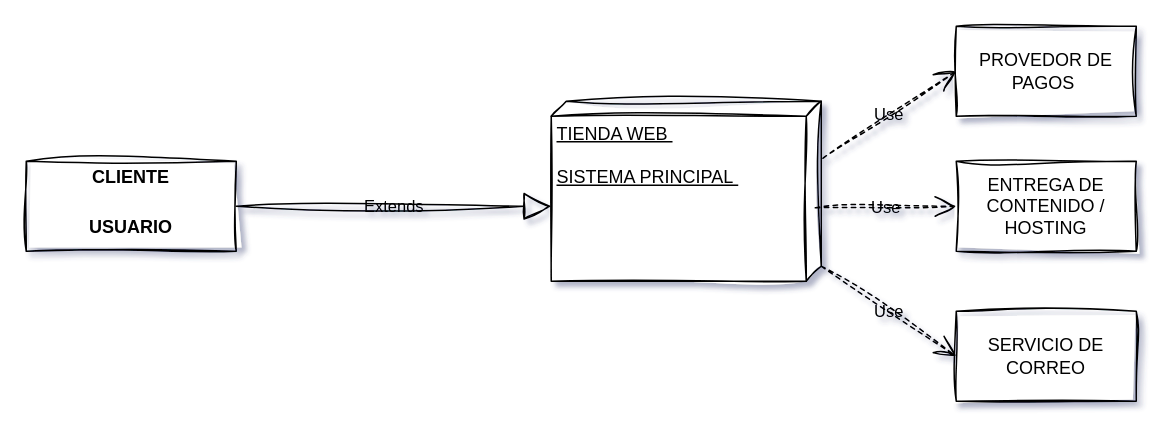
This is page "Página-2" (2 of 2) of database_backup/Diagrama sin título.drawio from Nigromantis25/DESARROLLO-DE-PROYECTO-PARA-LA-TIENDA-1807.ESTUDIO, a draw.io file, before an edit. Source tidied: cells renumbered, new cells numbered last; positions are measured from the earlier drawing's top-left corner, leaving out a move shared by most shapes. Both pictures are drawn from the tidied source at 150%, with x=0, y=0 at pixel (26, 26).
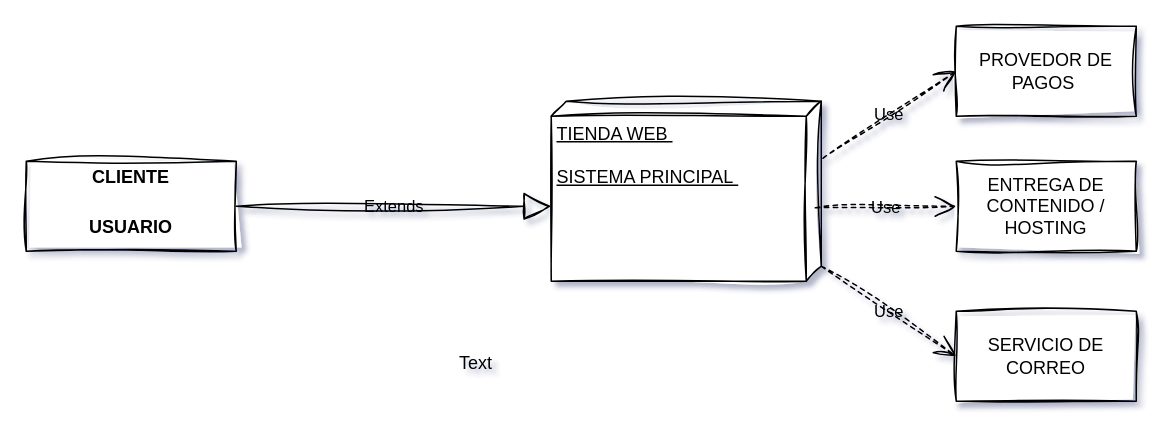
The same diagram, later.

The edit, as a diff of the source:
```diff
@@
 <mxGraphModel background="light-dark(#FFFFFF,#08031A)" shadow="1">
   <root>
     <mxCell id="0" />
     <mxCell id="1" parent="0" />
     <mxCell id="2" value="&lt;p style=&quot;margin:0px;margin-top:4px;text-align:center;&quot;&gt;&lt;b&gt;CLIENTE&lt;br&gt;&lt;br&gt;&lt;/b&gt;&lt;/p&gt;&lt;p style=&quot;margin:0px;margin-top:4px;text-align:center;&quot;&gt;&lt;b&gt;USUARIO&lt;/b&gt;&lt;/p&gt;" style="verticalAlign=top;align=left;overflow=fill;html=1;whiteSpace=wrap;labelBackgroundColor=none;sketch=1;curveFitting=1;jiggle=2;" parent="1" vertex="1">
       <mxGeometry y="90" width="140" height="60" as="geometry" />
     </mxCell>
     <mxCell id="3" value="TIENDA WEB&amp;nbsp;&lt;br&gt;&lt;br&gt;SISTEMA PRINCIPAL&amp;nbsp;" style="verticalAlign=top;align=left;spacingTop=8;spacingLeft=2;spacingRight=12;shape=cube;size=10;direction=south;fontStyle=4;html=1;whiteSpace=wrap;labelBackgroundColor=none;sketch=1;curveFitting=1;jiggle=2;" parent="1" vertex="1">
       <mxGeometry x="350" y="50" width="180" height="120" as="geometry" />
     </mxCell>
     <mxCell id="4" value="Extends" style="endArrow=block;endSize=16;endFill=0;html=1;rounded=0;exitX=1;exitY=0.5;exitDx=0;exitDy=0;labelBackgroundColor=none;fontColor=default;sketch=1;curveFitting=1;jiggle=2;" parent="1" edge="1" source="2">
       <mxGeometry relative="1" as="geometry">
         <mxPoint x="350" y="120" as="targetPoint" />
       </mxGeometry>
     </mxCell>
     <mxCell id="5" value="PROVEDOR DE PAGOS&amp;nbsp;" style="rounded=0;whiteSpace=wrap;html=1;labelBackgroundColor=none;sketch=1;curveFitting=1;jiggle=2;" parent="1" vertex="1">
       <mxGeometry x="620" width="120" height="60" as="geometry" />
     </mxCell>
     <mxCell id="6" value="ENTREGA DE CONTENIDO / HOSTING" style="rounded=0;whiteSpace=wrap;html=1;labelBackgroundColor=none;sketch=1;curveFitting=1;jiggle=2;" parent="1" vertex="1">
       <mxGeometry x="620" y="90" width="120" height="60" as="geometry" />
     </mxCell>
     <mxCell id="7" value="SERVICIO DE CORREO" style="rounded=0;whiteSpace=wrap;html=1;labelBackgroundColor=none;sketch=1;curveFitting=1;jiggle=2;" parent="1" vertex="1">
       <mxGeometry x="620" y="190" width="120" height="60" as="geometry" />
     </mxCell>
     <mxCell id="8" value="Use" style="endArrow=open;endSize=12;dashed=1;html=1;rounded=0;entryX=0;entryY=0.5;entryDx=0;entryDy=0;exitX=0.317;exitY=-0.006;exitDx=0;exitDy=0;exitPerimeter=0;labelBackgroundColor=none;fontColor=default;sketch=1;curveFitting=1;jiggle=2;" parent="1" edge="1" source="3" target="5">
       <mxGeometry relative="1" as="geometry" />
     </mxCell>
     <mxCell id="9" value="Use" style="endArrow=open;endSize=12;dashed=1;html=1;rounded=0;entryX=0;entryY=0.5;entryDx=0;entryDy=0;exitX=0.592;exitY=0.022;exitDx=0;exitDy=0;exitPerimeter=0;labelBackgroundColor=none;fontColor=default;sketch=1;curveFitting=1;jiggle=2;" parent="1" edge="1" source="3" target="6">
       <mxGeometry relative="1" as="geometry" />
     </mxCell>
     <mxCell id="10" value="Use" style="endArrow=open;endSize=12;dashed=1;html=1;rounded=0;entryX=0;entryY=0.5;entryDx=0;entryDy=0;exitX=0;exitY=0;exitDx=110;exitDy=0;exitPerimeter=0;labelBackgroundColor=none;fontColor=default;sketch=1;curveFitting=1;jiggle=2;" parent="1" edge="1" source="3" target="7">
       <mxGeometry relative="1" as="geometry" />
     </mxCell>
+    <mxCell id="11" value="Text" style="text;html=1;whiteSpace=wrap;strokeColor=none;fillColor=none;align=center;verticalAlign=middle;rounded=0;" parent="1" vertex="1">
+      <mxGeometry x="270" y="210" width="60" height="30" as="geometry" />
+    </mxCell>
   </root>
 </mxGraphModel>
```
